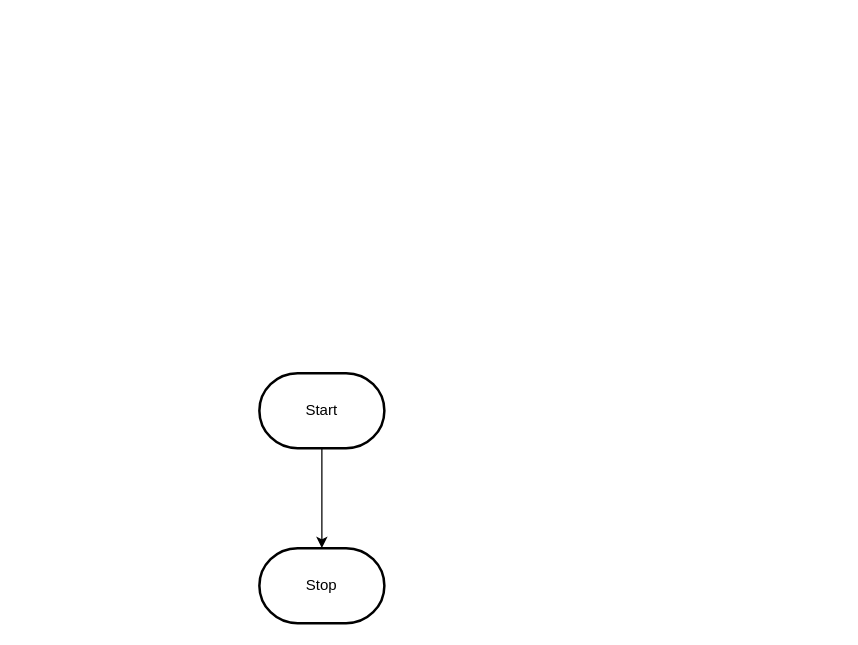
Earlier version of the draw.io diagram design/flowchart.drawio (MTHS-ICD2O-1-2023/ICD2O-Unit-3-02-fetuha-gebremekeal). Source tidied: cells renumbered, new cells numbered last; positions are measured from the earlier drawing's top-left corner, leaving out a move shared by most shapes. Both pictures are drawn from the tidied source at 125%, with x=0, y=0 at pixel (259, 372).
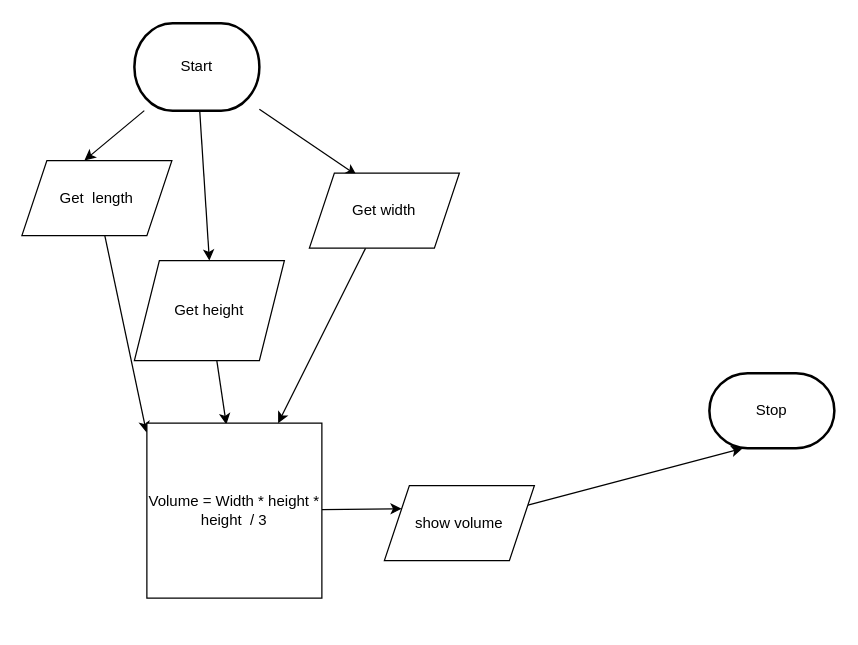
The same page after the edit.

Commit message:
flow chart

Change to the diagram source:
```diff
@@
 <mxGraphModel>
   <root>
     <mxCell id="0" />
     <mxCell id="1" parent="0" />
-    <mxCell id="2" style="edgeStyle=orthogonalEdgeStyle;html=1;rounded=0;" parent="1" edge="1" source="3" target="4">
-      <mxGeometry relative="1" as="geometry" />
-    </mxCell>
+    <mxCell id="5" style="edgeStyle=none;html=1;entryX=0.417;entryY=-0.002;entryDx=0;entryDy=0;entryPerimeter=0;" parent="1" edge="1" source="3" target="2">
+      <mxGeometry relative="1" as="geometry" />
+    </mxCell>
+    <mxCell id="6" style="edgeStyle=none;html=1;entryX=0.5;entryY=0;entryDx=0;entryDy=0;" parent="1" edge="1" source="3" target="12">
+      <mxGeometry relative="1" as="geometry" />
+    </mxCell>
+    <mxCell id="7" style="edgeStyle=none;html=1;entryX=0.315;entryY=0.029;entryDx=0;entryDy=0;entryPerimeter=0;" parent="1" edge="1" source="3" target="10">
+      <mxGeometry relative="1" as="geometry" />
+    </mxCell>
     <mxCell id="3" value="Start" style="strokeWidth=2;html=1;shape=mxgraph.flowchart.terminator;whiteSpace=wrap;" parent="1" vertex="1">
-      <mxGeometry width="100" height="60" as="geometry" />
+      <mxGeometry x="-100" y="-280" width="100" height="70" as="geometry" />
     </mxCell>
     <mxCell id="4" value="Stop" style="strokeWidth=2;html=1;shape=mxgraph.flowchart.terminator;whiteSpace=wrap;" parent="1" vertex="1">
-      <mxGeometry y="140" width="100" height="60" as="geometry" />
+      <mxGeometry x="360" width="100" height="60" as="geometry" />
     </mxCell>
+    <mxCell id="8" style="edgeStyle=none;html=1;entryX=-0.002;entryY=0.054;entryDx=0;entryDy=0;entryPerimeter=0;" parent="1" edge="1" source="2" target="14">
+      <mxGeometry relative="1" as="geometry" />
+    </mxCell>
+    <mxCell id="2" value="Get&amp;nbsp; length" style="shape=parallelogram;perimeter=parallelogramPerimeter;whiteSpace=wrap;html=1;fixedSize=1;" parent="1" vertex="1">
+      <mxGeometry x="-190" y="-170" width="120" height="60" as="geometry" />
+    </mxCell>
+    <mxCell id="9" style="edgeStyle=none;html=1;" parent="1" edge="1" source="10" target="14">
+      <mxGeometry relative="1" as="geometry" />
+    </mxCell>
+    <mxCell id="10" value="Get width" style="shape=parallelogram;perimeter=parallelogramPerimeter;whiteSpace=wrap;html=1;fixedSize=1;" parent="1" vertex="1">
+      <mxGeometry x="40" y="-160" width="120" height="60" as="geometry" />
+    </mxCell>
+    <mxCell id="11" style="edgeStyle=none;html=1;entryX=0.454;entryY=0.008;entryDx=0;entryDy=0;entryPerimeter=0;" parent="1" edge="1" source="12" target="14">
+      <mxGeometry relative="1" as="geometry" />
+    </mxCell>
+    <mxCell id="12" value="Get height" style="shape=parallelogram;perimeter=parallelogramPerimeter;whiteSpace=wrap;html=1;fixedSize=1;" parent="1" vertex="1">
+      <mxGeometry x="-100" y="-90" width="120" height="80" as="geometry" />
+    </mxCell>
+    <mxCell id="13" style="edgeStyle=none;html=1;entryX=0;entryY=0.25;entryDx=0;entryDy=0;" parent="1" edge="1" source="14" target="16">
+      <mxGeometry relative="1" as="geometry" />
+    </mxCell>
+    <mxCell id="14" value="Volume = Width * height * height&amp;nbsp; / 3" style="whiteSpace=wrap;html=1;" parent="1" vertex="1">
+      <mxGeometry x="-90" y="40" width="140" height="140" as="geometry" />
+    </mxCell>
+    <mxCell id="15" style="edgeStyle=none;html=1;entryX=0.266;entryY=1.003;entryDx=0;entryDy=0;entryPerimeter=0;" parent="1" edge="1" source="16" target="4">
+      <mxGeometry relative="1" as="geometry" />
+    </mxCell>
+    <mxCell id="16" value="show volume" style="shape=parallelogram;perimeter=parallelogramPerimeter;whiteSpace=wrap;html=1;fixedSize=1;" parent="1" vertex="1">
+      <mxGeometry x="100" y="90" width="120" height="60" as="geometry" />
+    </mxCell>
   </root>
 </mxGraphModel>
```
